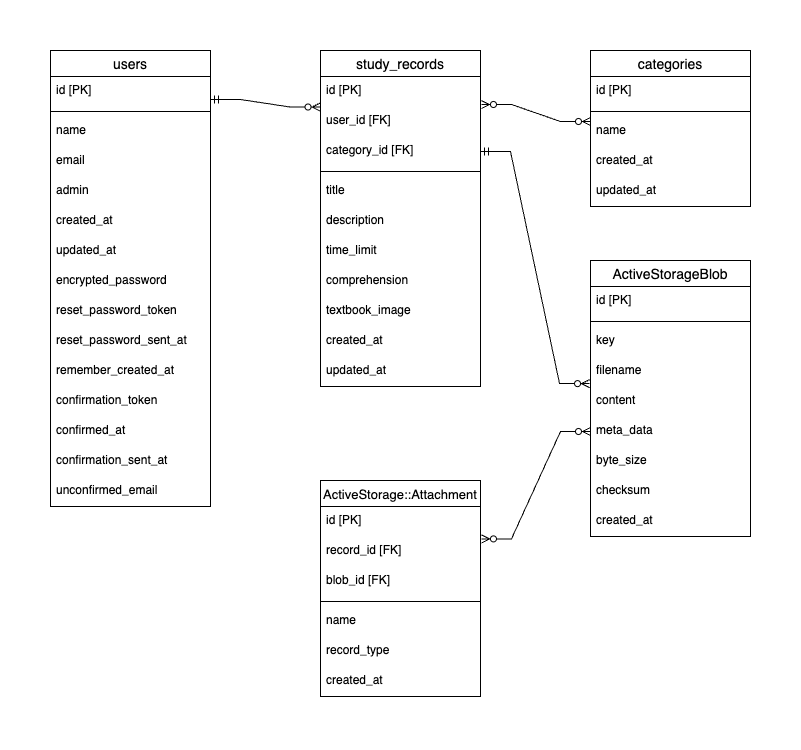
Earlier version of the draw.io export app/assets/images/ER_diagram.png (takaya8522/Study_Support_App). Source tidied: cells renumbered, new cells last; positions are measured from the earlier drawing's top-left corner, leaving out a move shared by most shapes.
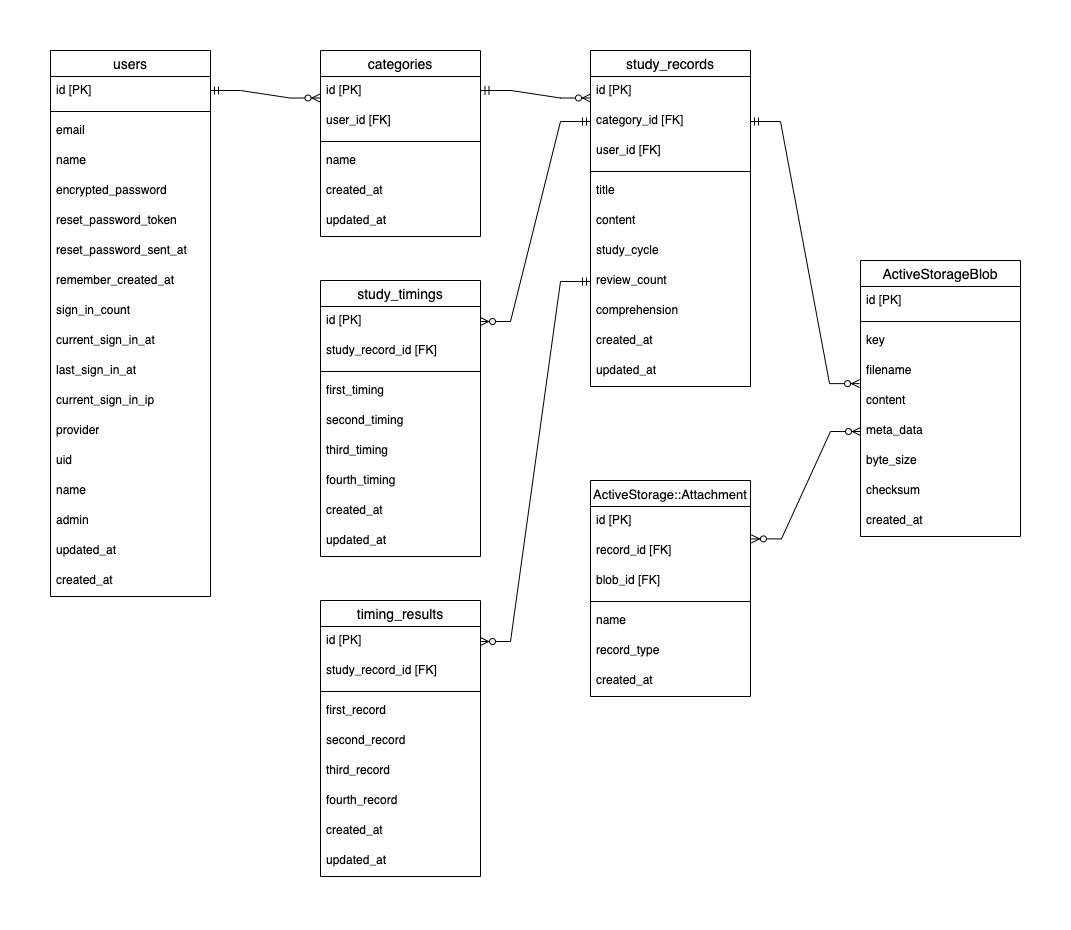
Above is the later version.

The edit, as a diff of the source:
```diff
@@ -3,7 +3,7 @@
     <mxCell id="0" />
     <mxCell id="1" parent="0" />
     <mxCell id="2" value="users" style="swimlane;fontStyle=0;horizontal=1;startSize=26;align=center;fontSize=14;" parent="1" vertex="1">
-      <mxGeometry width="160" height="456" as="geometry" />
+      <mxGeometry x="-270" width="160" height="546" as="geometry" />
     </mxCell>
     <mxCell id="3" value="id [PK]" style="text;strokeColor=none;fillColor=none;spacingLeft=4;spacingRight=4;overflow=hidden;fontSize=12;" parent="2" vertex="1">
       <mxGeometry y="26" width="160" height="30" as="geometry" />
@@ -11,73 +11,82 @@
     <mxCell id="4" style="line;strokeWidth=1;dashed=0;labelPosition=right;align=left;verticalAlign=middle;spacingTop=0;spacingLeft=6;" parent="2" vertex="1">
       <mxGeometry y="56" width="160" height="10" as="geometry" />
     </mxCell>
+    <mxCell id="6" value="email" style="text;strokeColor=none;fillColor=none;spacingLeft=4;spacingRight=4;overflow=hidden;fontSize=12;" parent="2" vertex="1">
+      <mxGeometry y="66" width="160" height="30" as="geometry" />
+    </mxCell>
     <mxCell id="5" value="name" style="text;strokeColor=none;fillColor=none;spacingLeft=4;spacingRight=4;overflow=hidden;fontSize=12;" parent="2" vertex="1">
-      <mxGeometry y="66" width="160" height="30" as="geometry" />
+      <mxGeometry y="96" width="160" height="30" as="geometry" />
     </mxCell>
-    <mxCell id="6" value="email" style="text;strokeColor=none;fillColor=none;spacingLeft=4;spacingRight=4;overflow=hidden;fontSize=12;" parent="2" vertex="1">
-      <mxGeometry y="96" width="160" height="30" as="geometry" />
-    </mxCell>
-    <mxCell id="7" value="admin" style="text;strokeColor=none;fillColor=none;spacingLeft=4;spacingRight=4;overflow=hidden;fontSize=12;" parent="2" vertex="1">
-      <mxGeometry y="126" width="160" height="30" as="geometry" />
-    </mxCell>
-    <mxCell id="8" value="created_at" style="text;strokeColor=none;fillColor=none;spacingLeft=4;spacingRight=4;overflow=hidden;fontSize=12;" parent="2" vertex="1">
-      <mxGeometry y="156" width="160" height="30" as="geometry" />
-    </mxCell>
-    <mxCell id="9" value="updated_at" style="text;strokeColor=none;fillColor=none;spacingLeft=4;spacingRight=4;overflow=hidden;fontSize=12;" parent="2" vertex="1">
-      <mxGeometry y="186" width="160" height="30" as="geometry" />
-    </mxCell>
     <mxCell id="10" value="encrypted_password" style="text;strokeColor=none;fillColor=none;spacingLeft=4;spacingRight=4;overflow=hidden;fontSize=12;" parent="2" vertex="1">
-      <mxGeometry y="216" width="160" height="30" as="geometry" />
+      <mxGeometry y="126" width="160" height="30" as="geometry" />
     </mxCell>
     <mxCell id="11" value="reset_password_token" style="text;strokeColor=none;fillColor=none;spacingLeft=4;spacingRight=4;overflow=hidden;fontSize=12;" parent="2" vertex="1">
-      <mxGeometry y="246" width="160" height="30" as="geometry" />
+      <mxGeometry y="156" width="160" height="30" as="geometry" />
     </mxCell>
     <mxCell id="12" value="reset_password_sent_at" style="text;strokeColor=none;fillColor=none;spacingLeft=4;spacingRight=4;overflow=hidden;fontSize=12;" parent="2" vertex="1">
-      <mxGeometry y="276" width="160" height="30" as="geometry" />
+      <mxGeometry y="186" width="160" height="30" as="geometry" />
     </mxCell>
     <mxCell id="13" value="remember_created_at" style="text;strokeColor=none;fillColor=none;spacingLeft=4;spacingRight=4;overflow=hidden;fontSize=12;" parent="2" vertex="1">
-      <mxGeometry y="306" width="160" height="30" as="geometry" />
+      <mxGeometry y="216" width="160" height="30" as="geometry" />
     </mxCell>
+    <mxCell id="58" value="sign_in_count" style="text;strokeColor=none;fillColor=none;spacingLeft=4;spacingRight=4;overflow=hidden;fontSize=12;" parent="2" vertex="1">
+      <mxGeometry y="246" width="160" height="30" as="geometry" />
+    </mxCell>
+    <mxCell id="59" value="current_sign_in_at" style="text;strokeColor=none;fillColor=none;spacingLeft=4;spacingRight=4;overflow=hidden;fontSize=12;" parent="2" vertex="1">
+      <mxGeometry y="276" width="160" height="30" as="geometry" />
+    </mxCell>
+    <mxCell id="60" value="last_sign_in_at" style="text;strokeColor=none;fillColor=none;spacingLeft=4;spacingRight=4;overflow=hidden;fontSize=12;" parent="2" vertex="1">
+      <mxGeometry y="306" width="160" height="30" as="geometry" />
+    </mxCell>
+    <mxCell id="61" value="current_sign_in_ip" style="text;strokeColor=none;fillColor=none;spacingLeft=4;spacingRight=4;overflow=hidden;fontSize=12;" parent="2" vertex="1">
+      <mxGeometry y="336" width="160" height="30" as="geometry" />
+    </mxCell>
+    <mxCell id="7" value="provider" style="text;strokeColor=none;fillColor=none;spacingLeft=4;spacingRight=4;overflow=hidden;fontSize=12;" parent="2" vertex="1">
+      <mxGeometry y="366" width="160" height="30" as="geometry" />
+    </mxCell>
+    <mxCell id="8" value="uid" style="text;strokeColor=none;fillColor=none;spacingLeft=4;spacingRight=4;overflow=hidden;fontSize=12;" parent="2" vertex="1">
+      <mxGeometry y="396" width="160" height="30" as="geometry" />
+    </mxCell>
+    <mxCell id="9" value="name" style="text;strokeColor=none;fillColor=none;spacingLeft=4;spacingRight=4;overflow=hidden;fontSize=12;" parent="2" vertex="1">
+      <mxGeometry y="426" width="160" height="30" as="geometry" />
+    </mxCell>
-    <mxCell id="14" value="confirmation_token" style="text;strokeColor=none;fillColor=none;spacingLeft=4;spacingRight=4;overflow=hidden;fontSize=12;" parent="2" vertex="1">
-      <mxGeometry y="336" width="160" height="30" as="geometry" />
+    <mxCell id="14" value="admin" style="text;strokeColor=none;fillColor=none;spacingLeft=4;spacingRight=4;overflow=hidden;fontSize=12;" parent="2" vertex="1">
+      <mxGeometry y="456" width="160" height="30" as="geometry" />
     </mxCell>
-    <mxCell id="15" value="confirmed_at" style="text;strokeColor=none;fillColor=none;spacingLeft=4;spacingRight=4;overflow=hidden;fontSize=12;" parent="2" vertex="1">
-      <mxGeometry y="366" width="160" height="30" as="geometry" />
+    <mxCell id="15" value="updated_at" style="text;strokeColor=none;fillColor=none;spacingLeft=4;spacingRight=4;overflow=hidden;fontSize=12;" parent="2" vertex="1">
+      <mxGeometry y="486" width="160" height="30" as="geometry" />
     </mxCell>
-    <mxCell id="16" value="confirmation_sent_at" style="text;strokeColor=none;fillColor=none;spacingLeft=4;spacingRight=4;overflow=hidden;fontSize=12;" parent="2" vertex="1">
-      <mxGeometry y="396" width="160" height="30" as="geometry" />
+    <mxCell id="16" value="created_at" style="text;strokeColor=none;fillColor=none;spacingLeft=4;spacingRight=4;overflow=hidden;fontSize=12;" parent="2" vertex="1">
+      <mxGeometry y="516" width="160" height="30" as="geometry" />
     </mxCell>
-    <mxCell id="17" value="unconfirmed_email" style="text;strokeColor=none;fillColor=none;spacingLeft=4;spacingRight=4;overflow=hidden;fontSize=12;" parent="2" vertex="1">
-      <mxGeometry y="426" width="160" height="30" as="geometry" />
-    </mxCell>
     <mxCell id="18" value="study_records" style="swimlane;fontStyle=0;horizontal=1;startSize=26;align=center;fontSize=14;" parent="1" vertex="1">
       <mxGeometry x="270" width="160" height="336" as="geometry" />
     </mxCell>
     <mxCell id="19" value="id [PK]" style="text;strokeColor=none;fillColor=none;spacingLeft=4;spacingRight=4;overflow=hidden;fontSize=12;" parent="18" vertex="1">
       <mxGeometry y="26" width="160" height="30" as="geometry" />
     </mxCell>
+    <mxCell id="21" value="category_id [FK]" style="text;strokeColor=none;fillColor=none;spacingLeft=4;spacingRight=4;overflow=hidden;points=[[0,0.5],[1,0.5]];portConstraint=eastwest;fontSize=12;" parent="18" vertex="1">
+      <mxGeometry y="56" width="160" height="30" as="geometry" />
+    </mxCell>
-    <mxCell id="20" value="user_id [FK]" style="text;strokeColor=none;fillColor=none;spacingLeft=4;spacingRight=4;overflow=hidden;points=[[0,0.5],[1,0.5]];portConstraint=eastwest;fontSize=12;" parent="18" vertex="1">
-      <mxGeometry y="56" width="160" height="30" as="geometry" />
+    <mxCell id="20" value="user_id [FK]" style="text;strokeColor=none;fillColor=none;spacingLeft=4;spacingRight=4;overflow=hidden;points=[[0,0.5],[1,0.5]];portConstraint=eastwest;fontSize=12;" parent="18" vertex="1">
+      <mxGeometry y="86" width="160" height="30" as="geometry" />
     </mxCell>
-    <mxCell id="21" value="category_id [FK]" style="text;strokeColor=none;fillColor=none;spacingLeft=4;spacingRight=4;overflow=hidden;points=[[0,0.5],[1,0.5]];portConstraint=eastwest;fontSize=12;" parent="18" vertex="1">
-      <mxGeometry y="86" width="160" height="30" as="geometry" />
-    </mxCell>
     <mxCell id="22" style="line;strokeWidth=1;dashed=0;labelPosition=right;align=left;verticalAlign=middle;spacingTop=0;spacingLeft=6;" parent="18" vertex="1">
       <mxGeometry y="116" width="160" height="10" as="geometry" />
     </mxCell>
     <mxCell id="23" value="title" style="text;strokeColor=none;fillColor=none;spacingLeft=4;spacingRight=4;overflow=hidden;fontSize=12;" parent="18" vertex="1">
       <mxGeometry y="126" width="160" height="30" as="geometry" />
     </mxCell>
-    <mxCell id="24" value="description" style="text;strokeColor=none;fillColor=none;spacingLeft=4;spacingRight=4;overflow=hidden;fontSize=12;" parent="18" vertex="1">
+    <mxCell id="24" value="content" style="text;strokeColor=none;fillColor=none;spacingLeft=4;spacingRight=4;overflow=hidden;fontSize=12;" parent="18" vertex="1">
       <mxGeometry y="156" width="160" height="30" as="geometry" />
     </mxCell>
-    <mxCell id="25" value="time_limit" style="text;strokeColor=none;fillColor=none;spacingLeft=4;spacingRight=4;overflow=hidden;fontSize=12;" parent="18" vertex="1">
+    <mxCell id="25" value="study_cycle" style="text;strokeColor=none;fillColor=none;spacingLeft=4;spacingRight=4;overflow=hidden;fontSize=12;" parent="18" vertex="1">
       <mxGeometry y="186" width="160" height="30" as="geometry" />
     </mxCell>
-    <mxCell id="26" value="comprehension" style="text;strokeColor=none;fillColor=none;spacingLeft=4;spacingRight=4;overflow=hidden;points=[[0,0.5],[1,0.5]];portConstraint=eastwest;fontSize=12;" parent="18" vertex="1">
+    <mxCell id="26" value="review_count" style="text;strokeColor=none;fillColor=none;spacingLeft=4;spacingRight=4;overflow=hidden;points=[[0,0.5],[1,0.5]];portConstraint=eastwest;fontSize=12;" parent="18" vertex="1">
       <mxGeometry y="216" width="160" height="30" as="geometry" />
     </mxCell>
-    <mxCell id="27" value="textbook_image" style="text;strokeColor=none;fillColor=none;spacingLeft=4;spacingRight=4;overflow=hidden;fontSize=12;" parent="18" vertex="1">
+    <mxCell id="27" value="comprehension" style="text;strokeColor=none;fillColor=none;spacingLeft=4;spacingRight=4;overflow=hidden;fontSize=12;" parent="18" vertex="1">
       <mxGeometry y="246" width="160" height="30" as="geometry" />
     </mxCell>
     <mxCell id="28" value="created_at" style="text;strokeColor=none;fillColor=none;spacingLeft=4;spacingRight=4;overflow=hidden;fontSize=12;" parent="18" vertex="1">
@@ -87,33 +96,26 @@
       <mxGeometry y="306" width="160" height="30" as="geometry" />
     </mxCell>
     <mxCell id="30" value="categories" style="swimlane;fontStyle=0;horizontal=1;startSize=26;align=center;fontSize=14;" parent="1" vertex="1">
-      <mxGeometry x="540" width="160" height="156" as="geometry" />
+      <mxGeometry width="160" height="186" as="geometry" />
     </mxCell>
     <mxCell id="31" value="id [PK]" style="text;strokeColor=none;fillColor=none;spacingLeft=4;spacingRight=4;overflow=hidden;fontSize=12;" parent="30" vertex="1">
       <mxGeometry y="26" width="160" height="30" as="geometry" />
     </mxCell>
+    <mxCell id="35" value="user_id [FK]" style="text;strokeColor=none;fillColor=none;spacingLeft=4;spacingRight=4;overflow=hidden;fontSize=12;" parent="30" vertex="1">
+      <mxGeometry y="56" width="160" height="30" as="geometry" />
+    </mxCell>
     <mxCell id="32" style="line;strokeWidth=1;dashed=0;labelPosition=right;align=left;verticalAlign=middle;spacingTop=0;spacingLeft=6;" parent="30" vertex="1">
-      <mxGeometry y="56" width="160" height="10" as="geometry" />
+      <mxGeometry y="86" width="160" height="10" as="geometry" />
     </mxCell>
     <mxCell id="33" value="name" style="text;strokeColor=none;fillColor=none;spacingLeft=4;spacingRight=4;overflow=hidden;fontSize=12;" parent="30" vertex="1">
-      <mxGeometry y="66" width="160" height="30" as="geometry" />
+      <mxGeometry y="96" width="160" height="30" as="geometry" />
     </mxCell>
+    <mxCell id="62" value="created_at" style="text;strokeColor=none;fillColor=none;spacingLeft=4;spacingRight=4;overflow=hidden;fontSize=12;" parent="30" vertex="1">
+      <mxGeometry y="126" width="160" height="30" as="geometry" />
+    </mxCell>
-    <mxCell id="34" value="created_at" style="text;strokeColor=none;fillColor=none;spacingLeft=4;spacingRight=4;overflow=hidden;fontSize=12;" parent="30" vertex="1">
-      <mxGeometry y="96" width="160" height="30" as="geometry" />
+    <mxCell id="34" value="updated_at" style="text;strokeColor=none;fillColor=none;spacingLeft=4;spacingRight=4;overflow=hidden;fontSize=12;" parent="30" vertex="1">
+      <mxGeometry y="156" width="160" height="30" as="geometry" />
     </mxCell>
-    <mxCell id="35" value="updated_at" style="text;strokeColor=none;fillColor=none;spacingLeft=4;spacingRight=4;overflow=hidden;fontSize=12;" parent="30" vertex="1">
-      <mxGeometry y="126" width="160" height="30" as="geometry" />
-    </mxCell>
-    <mxCell id="36" style="edgeStyle=entityRelationEdgeStyle;fontSize=12;html=1;endArrow=ERzeroToMany;startArrow=ERmandOne;rounded=0;entryX=-0.003;entryY=0.017;entryDx=0;entryDy=0;entryPerimeter=0;" parent="1" edge="1" target="20">
-      <mxGeometry relative="1" as="geometry">
-        <mxPoint x="160" y="49" as="sourcePoint" />
-      </mxGeometry>
-    </mxCell>
-    <mxCell id="37" style="edgeStyle=entityRelationEdgeStyle;fontSize=12;html=1;endArrow=ERzeroToMany;endFill=1;startArrow=ERzeroToMany;rounded=0;entryX=0;entryY=0.5;entryDx=0;entryDy=0;exitX=1.006;exitY=-0.067;exitDx=0;exitDy=0;exitPerimeter=0;" parent="1" edge="1" source="20">
-      <mxGeometry relative="1" as="geometry">
-        <mxPoint x="540" y="71" as="targetPoint" />
-      </mxGeometry>
-    </mxCell>
     <mxCell id="38" value="ActiveStorageBlob" style="swimlane;fontStyle=0;horizontal=1;startSize=26;align=center;fontSize=14;" parent="1" vertex="1">
       <mxGeometry x="540" y="210" width="160" height="276" as="geometry" />
     </mxCell>
@@ -174,5 +176,83 @@
     <mxCell id="57" style="edgeStyle=entityRelationEdgeStyle;fontSize=12;html=1;endArrow=ERzeroToMany;endFill=1;startArrow=ERzeroToMany;rounded=0;entryX=0;entryY=0.5;entryDx=0;entryDy=0;exitX=1.006;exitY=1.08;exitDx=0;exitDy=0;exitPerimeter=0;" parent="1" edge="1" source="49" target="44">
       <mxGeometry relative="1" as="geometry" />
     </mxCell>
+    <mxCell id="63" style="edgeStyle=entityRelationEdgeStyle;fontSize=12;html=1;endArrow=ERzeroToMany;startArrow=ERmandOne;rounded=0;entryX=-0.003;entryY=0.017;entryDx=0;entryDy=0;entryPerimeter=0;" parent="1" edge="1">
+      <mxGeometry relative="1" as="geometry">
+        <mxPoint x="-110" y="40" as="sourcePoint" />
+        <mxPoint x="-0.5" y="47.5" as="targetPoint" />
+      </mxGeometry>
+    </mxCell>
+    <mxCell id="64" value="study_timings" style="swimlane;fontStyle=0;horizontal=1;startSize=26;align=center;fontSize=14;" parent="1" vertex="1">
+      <mxGeometry y="230" width="160" height="276" as="geometry" />
+    </mxCell>
+    <mxCell id="65" value="id [PK]" style="text;strokeColor=none;fillColor=none;spacingLeft=4;spacingRight=4;overflow=hidden;points=[[0,0.5],[1,0.5]];portConstraint=eastwest;fontSize=12;" parent="64" vertex="1">
+      <mxGeometry y="26" width="160" height="30" as="geometry" />
+    </mxCell>
+    <mxCell id="66" value="study_record_id [FK]" style="text;strokeColor=none;fillColor=none;spacingLeft=4;spacingRight=4;overflow=hidden;fontSize=12;" parent="64" vertex="1">
+      <mxGeometry y="56" width="160" height="30" as="geometry" />
+    </mxCell>
+    <mxCell id="67" style="line;strokeWidth=1;dashed=0;labelPosition=right;align=left;verticalAlign=middle;spacingTop=0;spacingLeft=6;" parent="64" vertex="1">
+      <mxGeometry y="86" width="160" height="10" as="geometry" />
+    </mxCell>
+    <mxCell id="68" value="first_timing" style="text;strokeColor=none;fillColor=none;spacingLeft=4;spacingRight=4;overflow=hidden;fontSize=12;" parent="64" vertex="1">
+      <mxGeometry y="96" width="160" height="30" as="geometry" />
+    </mxCell>
+    <mxCell id="69" value="second_timing" style="text;strokeColor=none;fillColor=none;spacingLeft=4;spacingRight=4;overflow=hidden;fontSize=12;" parent="64" vertex="1">
+      <mxGeometry y="126" width="160" height="30" as="geometry" />
+    </mxCell>
+    <mxCell id="70" value="third_timing" style="text;strokeColor=none;fillColor=none;spacingLeft=4;spacingRight=4;overflow=hidden;fontSize=12;" parent="64" vertex="1">
+      <mxGeometry y="156" width="160" height="30" as="geometry" />
+    </mxCell>
+    <mxCell id="71" value="fourth_timing" style="text;strokeColor=none;fillColor=none;spacingLeft=4;spacingRight=4;overflow=hidden;fontSize=12;" parent="64" vertex="1">
+      <mxGeometry y="186" width="160" height="30" as="geometry" />
+    </mxCell>
+    <mxCell id="72" value="created_at" style="text;strokeColor=none;fillColor=none;spacingLeft=4;spacingRight=4;overflow=hidden;fontSize=12;" parent="64" vertex="1">
+      <mxGeometry y="216" width="160" height="30" as="geometry" />
+    </mxCell>
+    <mxCell id="73" value="updated_at" style="text;strokeColor=none;fillColor=none;spacingLeft=4;spacingRight=4;overflow=hidden;fontSize=12;" parent="64" vertex="1">
+      <mxGeometry y="246" width="160" height="30" as="geometry" />
+    </mxCell>
+    <mxCell id="74" value="timing_results" style="swimlane;fontStyle=0;horizontal=1;startSize=26;align=center;fontSize=14;" parent="1" vertex="1">
+      <mxGeometry y="550" width="160" height="276" as="geometry" />
+    </mxCell>
+    <mxCell id="75" value="id [PK]" style="text;strokeColor=none;fillColor=none;spacingLeft=4;spacingRight=4;overflow=hidden;points=[[0,0.5],[1,0.5]];portConstraint=eastwest;fontSize=12;" parent="74" vertex="1">
+      <mxGeometry y="26" width="160" height="30" as="geometry" />
+    </mxCell>
+    <mxCell id="76" value="study_record_id [FK]" style="text;strokeColor=none;fillColor=none;spacingLeft=4;spacingRight=4;overflow=hidden;fontSize=12;" parent="74" vertex="1">
+      <mxGeometry y="56" width="160" height="30" as="geometry" />
+    </mxCell>
+    <mxCell id="77" style="line;strokeWidth=1;dashed=0;labelPosition=right;align=left;verticalAlign=middle;spacingTop=0;spacingLeft=6;" parent="74" vertex="1">
+      <mxGeometry y="86" width="160" height="10" as="geometry" />
+    </mxCell>
+    <mxCell id="78" value="first_record" style="text;strokeColor=none;fillColor=none;spacingLeft=4;spacingRight=4;overflow=hidden;fontSize=12;" parent="74" vertex="1">
+      <mxGeometry y="96" width="160" height="30" as="geometry" />
+    </mxCell>
+    <mxCell id="79" value="second_record" style="text;strokeColor=none;fillColor=none;spacingLeft=4;spacingRight=4;overflow=hidden;fontSize=12;" parent="74" vertex="1">
+      <mxGeometry y="126" width="160" height="30" as="geometry" />
+    </mxCell>
+    <mxCell id="80" value="third_record" style="text;strokeColor=none;fillColor=none;spacingLeft=4;spacingRight=4;overflow=hidden;fontSize=12;" parent="74" vertex="1">
+      <mxGeometry y="156" width="160" height="30" as="geometry" />
+    </mxCell>
+    <mxCell id="81" value="fourth_record" style="text;strokeColor=none;fillColor=none;spacingLeft=4;spacingRight=4;overflow=hidden;fontSize=12;" parent="74" vertex="1">
+      <mxGeometry y="186" width="160" height="30" as="geometry" />
+    </mxCell>
+    <mxCell id="82" value="created_at" style="text;strokeColor=none;fillColor=none;spacingLeft=4;spacingRight=4;overflow=hidden;fontSize=12;" parent="74" vertex="1">
+      <mxGeometry y="216" width="160" height="30" as="geometry" />
+    </mxCell>
+    <mxCell id="83" value="updated_at" style="text;strokeColor=none;fillColor=none;spacingLeft=4;spacingRight=4;overflow=hidden;fontSize=12;" parent="74" vertex="1">
+      <mxGeometry y="246" width="160" height="30" as="geometry" />
+    </mxCell>
+    <mxCell id="84" style="edgeStyle=entityRelationEdgeStyle;fontSize=12;html=1;endArrow=ERzeroToMany;startArrow=ERmandOne;rounded=0;entryX=-0.003;entryY=0.017;entryDx=0;entryDy=0;entryPerimeter=0;" parent="1" edge="1">
+      <mxGeometry relative="1" as="geometry">
+        <mxPoint x="160.5" y="40" as="sourcePoint" />
+        <mxPoint x="270" y="47.5" as="targetPoint" />
+      </mxGeometry>
+    </mxCell>
+    <mxCell id="85" style="edgeStyle=entityRelationEdgeStyle;fontSize=12;html=1;endArrow=ERzeroToMany;startArrow=ERmandOne;rounded=0;entryX=1;entryY=0.5;entryDx=0;entryDy=0;" parent="1" edge="1" source="21" target="65">
+      <mxGeometry relative="1" as="geometry" />
+    </mxCell>
+    <mxCell id="86" style="edgeStyle=entityRelationEdgeStyle;fontSize=12;html=1;endArrow=ERzeroToMany;startArrow=ERmandOne;rounded=0;entryX=1;entryY=0.5;entryDx=0;entryDy=0;exitX=0;exitY=0.5;exitDx=0;exitDy=0;" parent="1" edge="1" source="26" target="75">
+      <mxGeometry relative="1" as="geometry" />
+    </mxCell>
   </root>
 </mxGraphModel>
```
